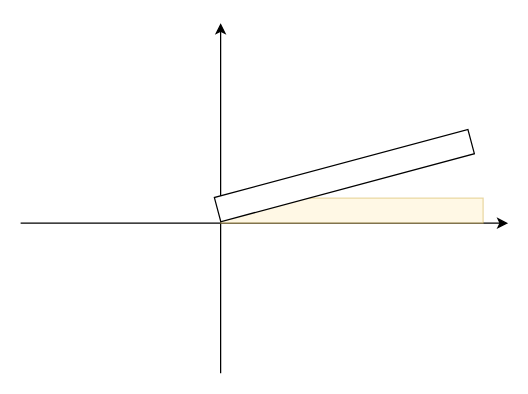
Before: 未命名绘图.drawio in a654889339/Base, a draw.io diagram. Source tidied: cells renumbered, new cells numbered last; positions are measured from the earlier drawing's top-left corner, leaving out a move shared by most shapes. Both pictures are drawn from the tidied source at 125%, with x=0, y=0 at pixel (20, 22).
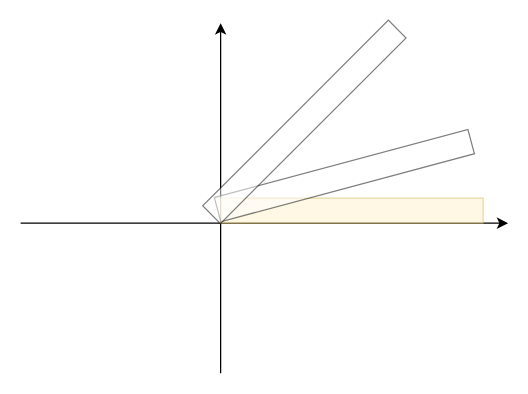
The same diagram, later.

Diff of the diagram source:
```diff
@@
 <mxGraphModel>
   <root>
     <mxCell id="0" />
     <mxCell id="1" parent="0" />
     <mxCell id="2" style="endArrow=classic;html=1;rounded=0;" parent="1" edge="1">
       <mxGeometry relative="1" as="geometry">
         <mxPoint y="160" as="sourcePoint" />
         <mxPoint x="390" y="160" as="targetPoint" />
       </mxGeometry>
     </mxCell>
     <mxCell id="3" style="endArrow=classic;html=1;rounded=0;" parent="1" edge="1">
       <mxGeometry relative="1" as="geometry">
         <mxPoint x="160" y="280" as="sourcePoint" />
         <mxPoint x="160" as="targetPoint" />
       </mxGeometry>
     </mxCell>
     <mxCell id="4" style="rounded=0;whiteSpace=wrap;html=1;opacity=50;fillColor=#fff2cc;strokeColor=#d6b656;" parent="1" vertex="1">
       <mxGeometry x="160" y="140" width="210" height="20" as="geometry" />
     </mxCell>
-    <mxCell id="5" style="rounded=0;whiteSpace=wrap;html=1;rotation=-15;" parent="1" vertex="1">
+    <mxCell id="5" style="rounded=0;whiteSpace=wrap;html=1;rotation=-15;opacity=50;" parent="1" vertex="1">
       <mxGeometry x="154" y="112" width="210" height="20" as="geometry" />
     </mxCell>
+    <mxCell id="6" style="rounded=0;whiteSpace=wrap;html=1;rotation=315;opacity=50;" parent="1" vertex="1">
+      <mxGeometry x="122" y="69" width="210" height="20" as="geometry" />
+    </mxCell>
   </root>
 </mxGraphModel>
```
